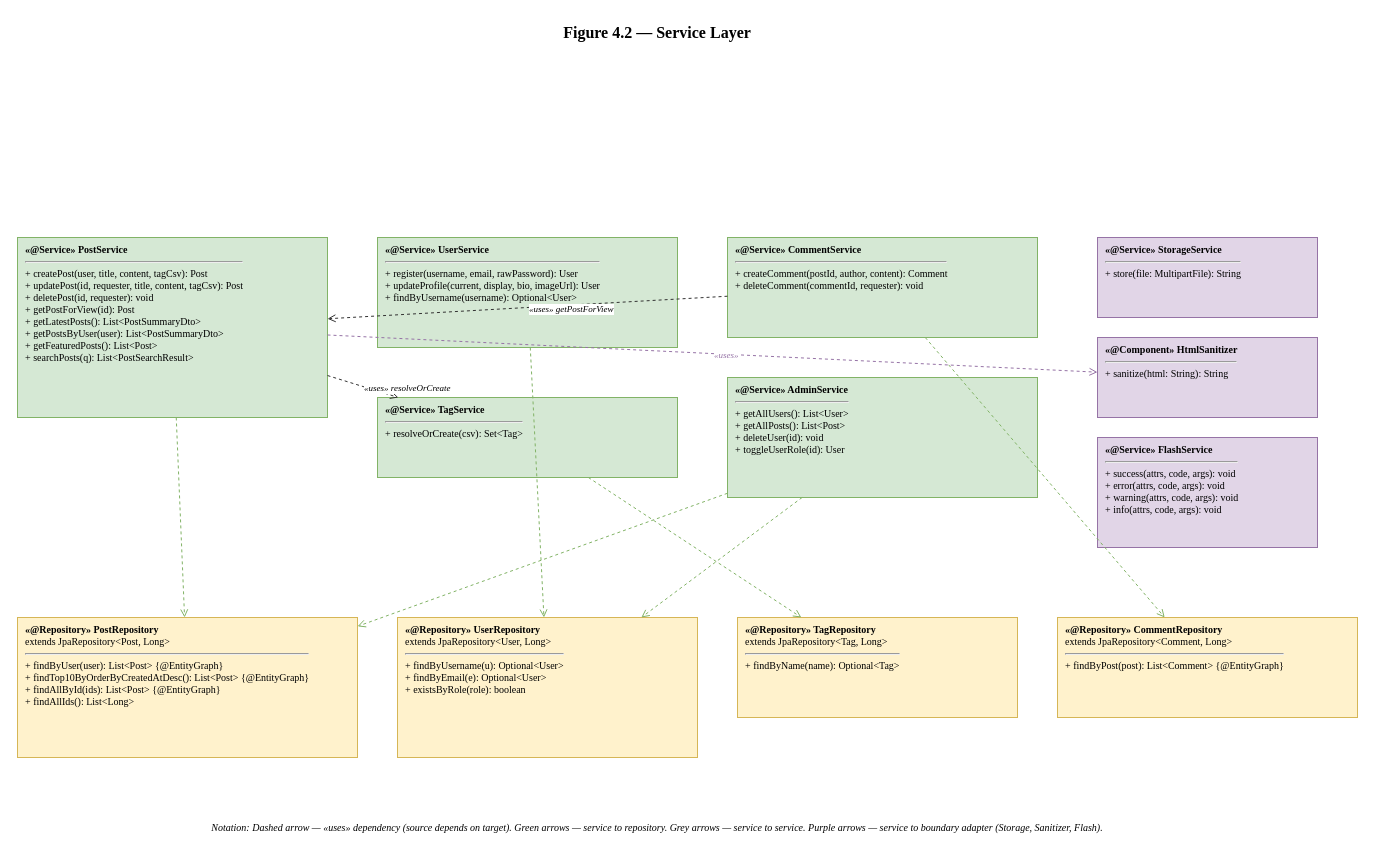
The draw.io diagram docs/report/diagrams/04-service-layer.drawio in sirishanippani/Pixels-Proses-and-Play, before the edit. Source tidied: cells renumbered, new cells numbered last; positions are measured from the earlier drawing's top-left corner, leaving out a move shared by most shapes. Both pictures are drawn from the tidied source at 100%, with x=0, y=0 at pixel (17, 17).
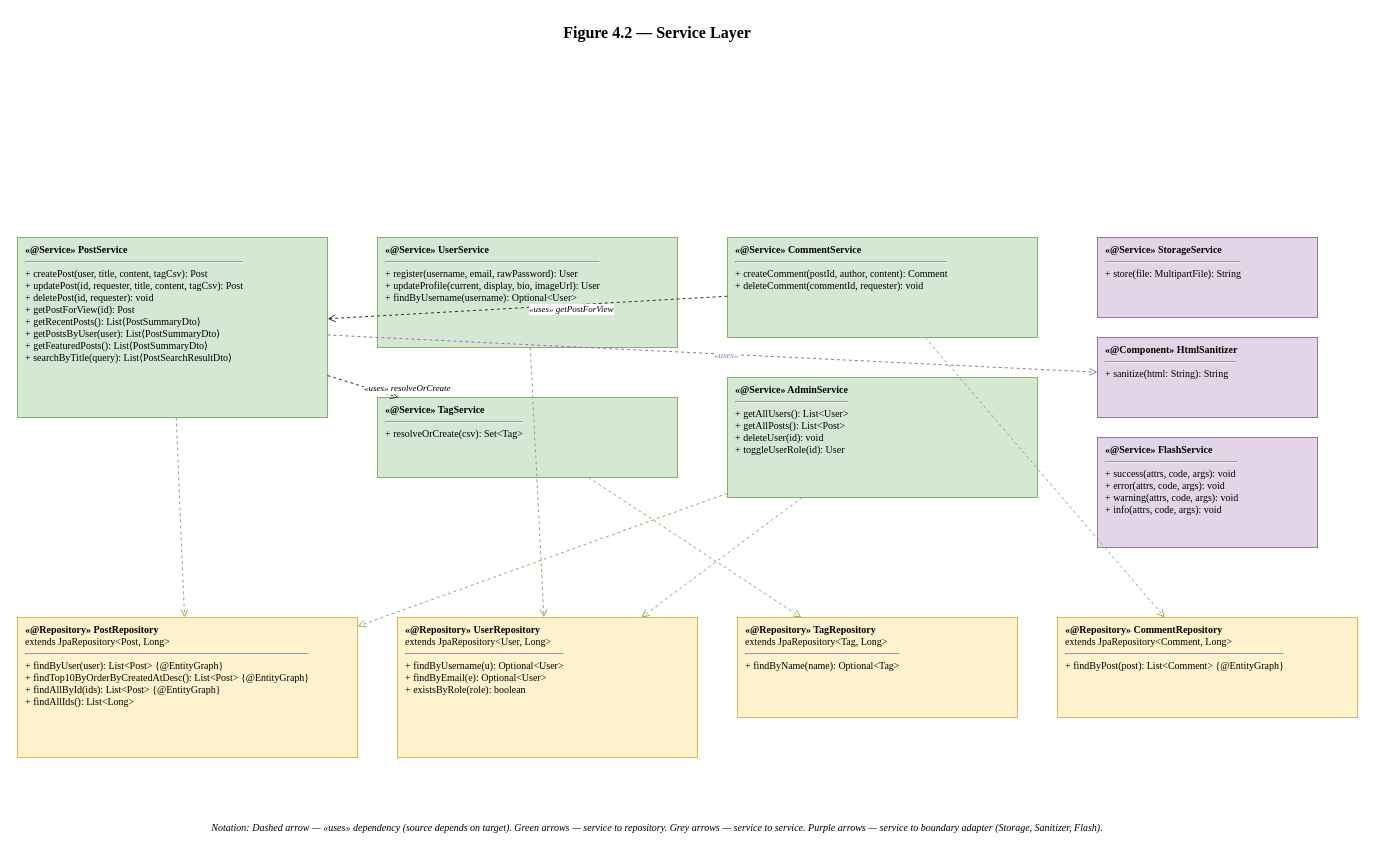
After the change.

Diff of the diagram source:
```diff
@@
-    <mxCell id="3" value="&lt;b&gt;«@Service» PostService&lt;/b&gt;&lt;hr/&gt;+ createPost(user, title, content, tagCsv): Post&lt;br/&gt;+ updatePost(id, requester, title, content, tagCsv): Post&lt;br/&gt;+ deletePost(id, requester): void&lt;br/&gt;+ getPostForView(id): Post&lt;br/&gt;+ getLatestPosts(): List&amp;lt;PostSummaryDto&amp;gt;&lt;br/&gt;+ getPostsByUser(user): List&amp;lt;PostSummaryDto&amp;gt;&lt;br/&gt;+ getFeaturedPosts(): List&amp;lt;Post&amp;gt;&lt;br/&gt;+ searchPosts(q): List&amp;lt;PostSearchResult&amp;gt;" style="rounded=0;whiteSpace=wrap;html=1;verticalAlign=top;fillColor=#d5e8d4;strokeColor=#82b366;fontFamily=Times New Roman;fontSize=10;align=left;spacingLeft=6;" parent="1" vertex="1">
+    <mxCell id="3" value="&lt;b&gt;«@Service» PostService&lt;/b&gt;&lt;hr/&gt;+ createPost(user, title, content, tagCsv): Post&lt;br/&gt;+ updatePost(id, requester, title, content, tagCsv): Post&lt;br/&gt;+ deletePost(id, requester): void&lt;br/&gt;+ getPostForView(id): Post&lt;br/&gt;+ getRecentPosts(): List⟨PostSummaryDto⟩&lt;br/&gt;+ getPostsByUser(user): List⟨PostSummaryDto⟩&lt;br/&gt;+ getFeaturedPosts(): List⟨PostSummaryDto⟩&lt;br/&gt;+ searchByTitle(query): List⟨PostSearchResultDto⟩" style="rounded=0;whiteSpace=wrap;html=1;verticalAlign=top;fillColor=#d5e8d4;strokeColor=#82b366;fontFamily=Times New Roman;fontSize=10;align=left;spacingLeft=6;" parent="1" vertex="1">
       <mxGeometry y="220" width="310" height="180" as="geometry" />
     </mxCell>
```
